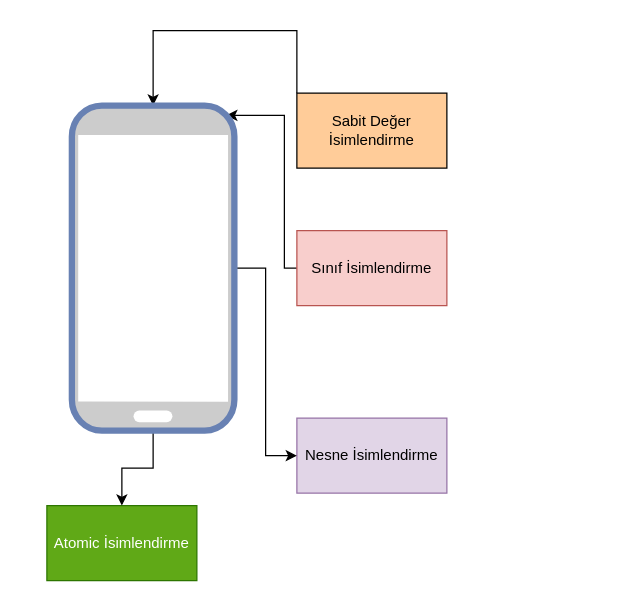
Above: page "named" (3 of 13) of image/drawio/folders.drawio in VB10/flutter-architecture-docs (draw.io), before the change. Source tidied: cells renumbered, new cells numbered last; positions are measured from the earlier drawing's top-left corner, leaving out a move shared by most shapes. Both pictures are drawn from the tidied source at 125%, with x=0, y=0 at pixel (46, 30).
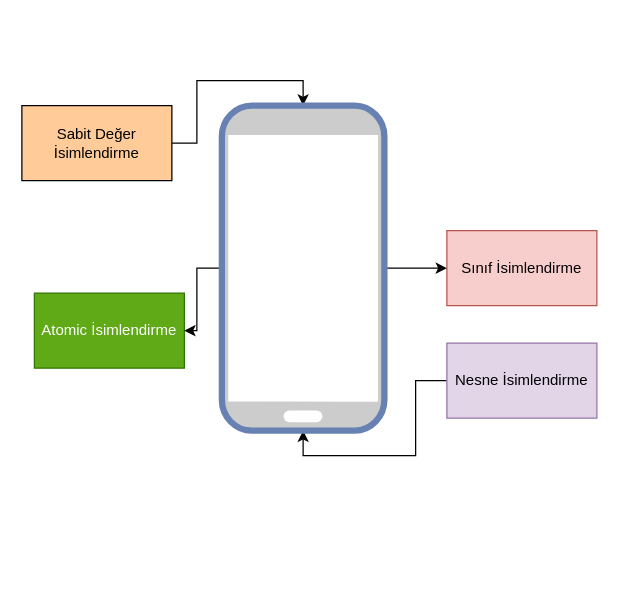
The same page after the edit.

Change to the diagram source:
```diff
@@
 <mxGraphModel>
   <root>
     <mxCell id="0" />
     <mxCell id="1" parent="0" />
     <mxCell id="2" value="Atomic İsimlendirme" style="whiteSpace=wrap;html=1;fillColor=#60a917;strokeColor=#2D7600;fontColor=#ffffff;" parent="1" vertex="1">
-      <mxGeometry y="380" width="120" height="60" as="geometry" />
+      <mxGeometry x="-10" y="210" width="120" height="60" as="geometry" />
     </mxCell>
+    <mxCell id="11" style="edgeStyle=orthogonalEdgeStyle;rounded=0;jettySize=auto;html=1;entryX=0.5;entryY=1;entryDx=0;entryDy=0;entryPerimeter=0;" parent="1" edge="1" source="3" target="10">
+      <mxGeometry relative="1" as="geometry" />
+    </mxCell>
     <mxCell id="3" value="Nesne İsimlendirme" style="whiteSpace=wrap;html=1;fillColor=#e1d5e7;strokeColor=#9673a6;" parent="1" vertex="1">
-      <mxGeometry x="200" y="310" width="120" height="60" as="geometry" />
+      <mxGeometry x="320" y="250" width="120" height="60" as="geometry" />
     </mxCell>
-    <mxCell id="4" style="edgeStyle=orthogonalEdgeStyle;rounded=0;jettySize=auto;html=1;entryX=0.95;entryY=0.03;entryDx=0;entryDy=0;entryPerimeter=0;" parent="1" edge="1" source="5" target="10">
-      <mxGeometry relative="1" as="geometry">
-        <Array as="points">
-          <mxPoint x="190" y="190" />
-          <mxPoint x="190" y="68" />
-        </Array>
-      </mxGeometry>
-    </mxCell>
     <mxCell id="5" value="Sınıf İsimlendirme" style="whiteSpace=wrap;html=1;fillColor=#f8cecc;strokeColor=#b85450;" parent="1" vertex="1">
-      <mxGeometry x="200" y="160" width="120" height="60" as="geometry" />
+      <mxGeometry x="320" y="160" width="120" height="60" as="geometry" />
     </mxCell>
     <mxCell id="6" style="edgeStyle=orthogonalEdgeStyle;rounded=0;jettySize=auto;html=1;entryX=0.5;entryY=0;entryDx=0;entryDy=0;entryPerimeter=0;" parent="1" edge="1" source="7" target="10">
-      <mxGeometry relative="1" as="geometry">
-        <Array as="points">
-          <mxPoint x="200" />
-          <mxPoint x="85" />
-        </Array>
-      </mxGeometry>
+      <mxGeometry relative="1" as="geometry" />
     </mxCell>
     <mxCell id="7" value="Sabit Değer İsimlendirme" style="whiteSpace=wrap;html=1;fillColor=#FFCC99;" parent="1" vertex="1">
-      <mxGeometry x="200" y="50" width="120" height="60" as="geometry" />
+      <mxGeometry x="-20" y="60" width="120" height="60" as="geometry" />
     </mxCell>
     <mxCell id="8" style="edgeStyle=orthogonalEdgeStyle;rounded=0;jettySize=auto;html=1;" parent="1" edge="1" source="10" target="2">
       <mxGeometry relative="1" as="geometry" />
     </mxCell>
-    <mxCell id="9" style="edgeStyle=orthogonalEdgeStyle;rounded=0;jettySize=auto;html=1;" parent="1" edge="1" source="10" target="3">
-      <mxGeometry relative="1" as="geometry" />
-    </mxCell>
+    <mxCell id="12" style="edgeStyle=orthogonalEdgeStyle;rounded=0;jettySize=auto;html=1;" parent="1" edge="1" source="10" target="5">
+      <mxGeometry relative="1" as="geometry" />
+    </mxCell>
     <mxCell id="10" style="fontColor=#0066CC;verticalAlign=top;verticalLabelPosition=bottom;labelPosition=center;align=center;html=1;outlineConnect=0;fillColor=#CCCCCC;strokeColor=#6881B3;gradientColor=none;gradientDirection=north;strokeWidth=2;shape=mxgraph.networks.mobile;" parent="1" vertex="1">
-      <mxGeometry x="20" y="60" width="130" height="260" as="geometry" />
+      <mxGeometry x="140" y="60" width="130" height="260" as="geometry" />
     </mxCell>
   </root>
 </mxGraphModel>
```
